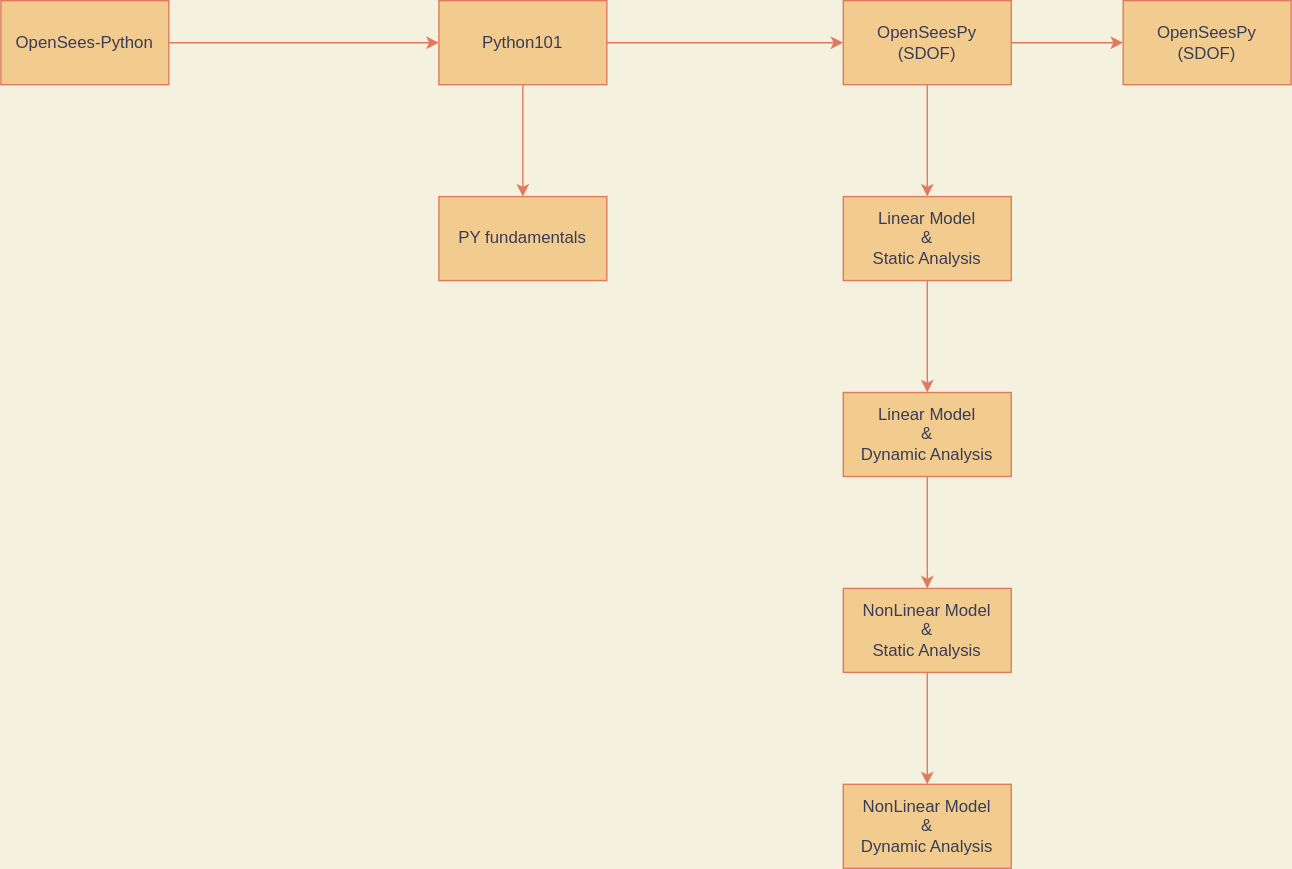
Before: Python-OpenSeesPy/img/aad_OSW-6ICEES.drawio.svg, a diagram exported from draw.io (volkanozsarac/OSW-6ICEES). Source tidied: cells renumbered, new cells last; positions are measured from the earlier drawing's top-left corner, leaving out a move shared by most shapes.
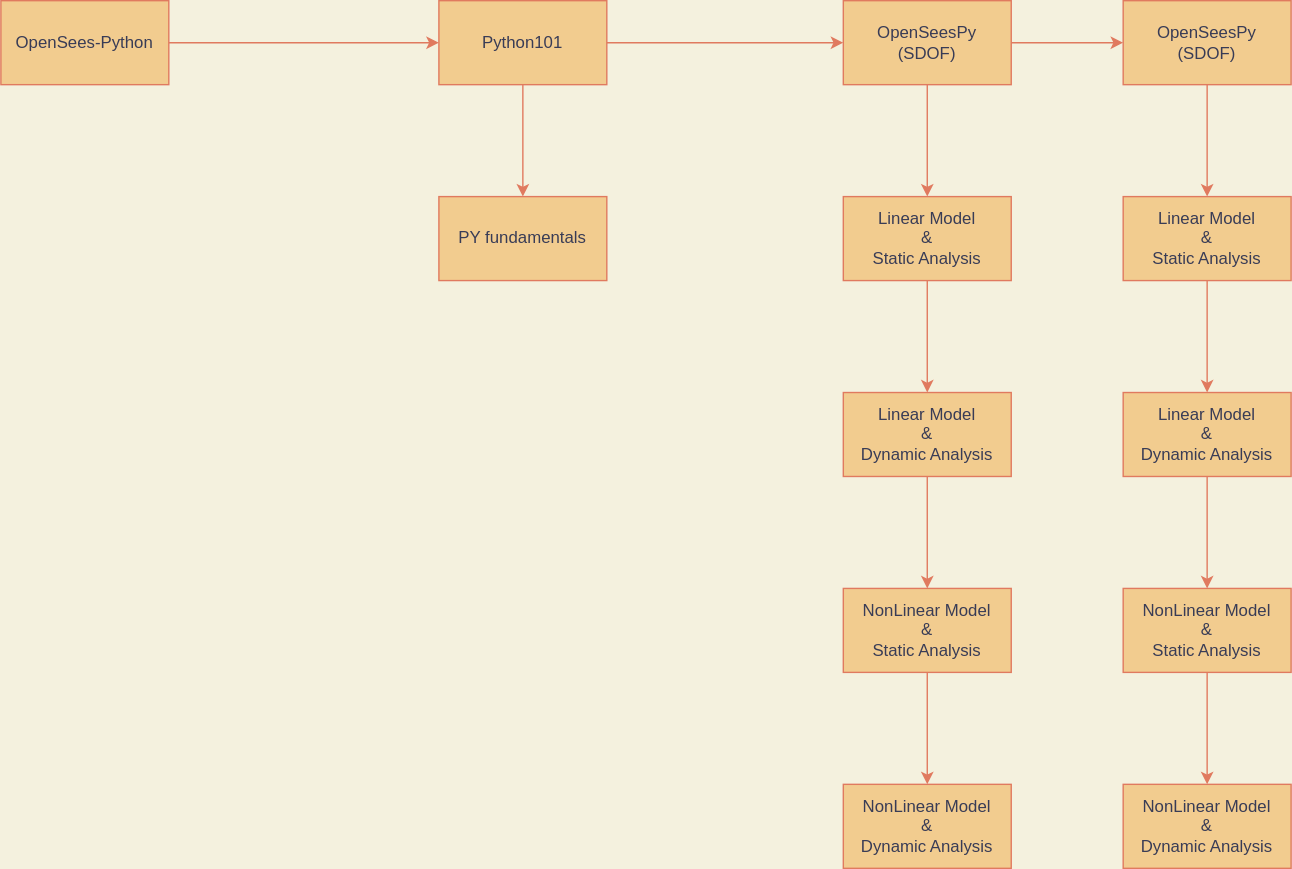
Above is the later version.

Change to the diagram source:
```diff
@@ -50,8 +50,32 @@
     <mxCell id="17" value="NonLinear Model&lt;br&gt;&amp;amp;&lt;br&gt;Dynamic Analysis" style="rounded=0;whiteSpace=wrap;html=1;fillColor=#F2CC8F;strokeColor=#E07A5F;fontColor=#393C56;" parent="1" vertex="1">
       <mxGeometry x="602" y="560" width="120" height="60" as="geometry" />
     </mxCell>
+    <mxCell id="19" style="edgeStyle=orthogonalEdgeStyle;curved=0;rounded=1;sketch=0;jettySize=auto;html=1;exitX=0.5;exitY=1;exitDx=0;exitDy=0;entryX=0.5;entryY=0;entryDx=0;entryDy=0;fontColor=#393C56;strokeColor=#E07A5F;fillColor=#F2CC8F;" parent="1" edge="1" source="18" target="21">
+      <mxGeometry relative="1" as="geometry" />
+    </mxCell>
     <mxCell id="18" value="OpenSeesPy&lt;br&gt;(SDOF)" style="rounded=0;whiteSpace=wrap;html=1;fillColor=#F2CC8F;strokeColor=#E07A5F;fontColor=#393C56;" parent="1" vertex="1">
       <mxGeometry x="802" width="120" height="60" as="geometry" />
     </mxCell>
+    <mxCell id="20" style="edgeStyle=orthogonalEdgeStyle;curved=0;rounded=1;sketch=0;jettySize=auto;html=1;fontColor=#393C56;strokeColor=#E07A5F;fillColor=#F2CC8F;labelBackgroundColor=#F4F1DE;" parent="1" edge="1" source="21" target="23">
+      <mxGeometry relative="1" as="geometry" />
+    </mxCell>
+    <mxCell id="21" value="Linear Model&lt;br&gt;&amp;amp;&lt;br&gt;Static Analysis" style="rounded=0;whiteSpace=wrap;html=1;fillColor=#F2CC8F;strokeColor=#E07A5F;fontColor=#393C56;" parent="1" vertex="1">
+      <mxGeometry x="802" y="140" width="120" height="60" as="geometry" />
+    </mxCell>
+    <mxCell id="22" style="edgeStyle=orthogonalEdgeStyle;curved=0;rounded=1;sketch=0;jettySize=auto;html=1;fontColor=#393C56;strokeColor=#E07A5F;fillColor=#F2CC8F;" parent="1" edge="1" source="23" target="25">
+      <mxGeometry relative="1" as="geometry" />
+    </mxCell>
+    <mxCell id="23" value="Linear Model&lt;br&gt;&amp;amp;&lt;br&gt;Dynamic Analysis" style="rounded=0;whiteSpace=wrap;html=1;fillColor=#F2CC8F;strokeColor=#E07A5F;fontColor=#393C56;" parent="1" vertex="1">
+      <mxGeometry x="802" y="280" width="120" height="60" as="geometry" />
+    </mxCell>
+    <mxCell id="24" style="edgeStyle=orthogonalEdgeStyle;curved=0;rounded=1;sketch=0;jettySize=auto;html=1;fontColor=#393C56;strokeColor=#E07A5F;fillColor=#F2CC8F;" parent="1" edge="1" source="25" target="26">
+      <mxGeometry relative="1" as="geometry" />
+    </mxCell>
+    <mxCell id="25" value="NonLinear Model&lt;br&gt;&amp;amp;&lt;br&gt;Static Analysis" style="rounded=0;whiteSpace=wrap;html=1;fillColor=#F2CC8F;strokeColor=#E07A5F;fontColor=#393C56;" parent="1" vertex="1">
+      <mxGeometry x="802" y="420" width="120" height="60" as="geometry" />
+    </mxCell>
+    <mxCell id="26" value="NonLinear Model&lt;br&gt;&amp;amp;&lt;br&gt;Dynamic Analysis" style="rounded=0;whiteSpace=wrap;html=1;fillColor=#F2CC8F;strokeColor=#E07A5F;fontColor=#393C56;" parent="1" vertex="1">
+      <mxGeometry x="802" y="560" width="120" height="60" as="geometry" />
+    </mxCell>
   </root>
 </mxGraphModel>
```
